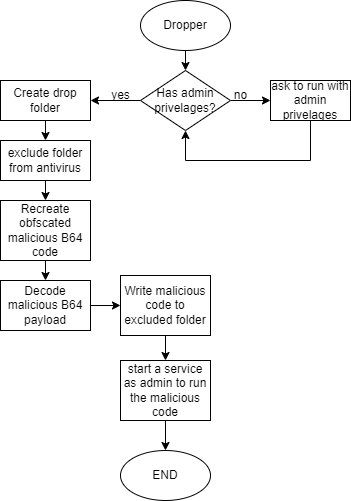
LukaWynants/stage-actwise keeps this draw.io diagram as ransomware/diagram/dropper.png. Above is the earlier version. Source tidied: cells renumbered, new cells last; positions are measured from the earlier drawing's top-left corner, leaving out a move shared by most shapes. Source of this version:
```xml
<mxGraphModel>
  <root>
    <mxCell id="0" />
    <mxCell id="1" parent="0" />
    <mxCell id="2" style="edgeStyle=orthogonalEdgeStyle;rounded=0;jettySize=auto;html=1;exitX=0.5;exitY=1;exitDx=0;exitDy=0;entryX=0.5;entryY=0;entryDx=0;entryDy=0;" parent="1" edge="1" source="3" target="6">
      <mxGeometry relative="1" as="geometry" />
    </mxCell>
    <mxCell id="3" value="Dropper" style="ellipse;whiteSpace=wrap;html=1;" parent="1" vertex="1">
      <mxGeometry x="140" width="90" height="50" as="geometry" />
    </mxCell>
    <mxCell id="4" style="edgeStyle=orthogonalEdgeStyle;rounded=0;jettySize=auto;html=1;exitX=1;exitY=0.5;exitDx=0;exitDy=0;entryX=0;entryY=0.5;entryDx=0;entryDy=0;" parent="1" edge="1" source="6" target="8">
      <mxGeometry relative="1" as="geometry" />
    </mxCell>
    <mxCell id="5" style="edgeStyle=orthogonalEdgeStyle;rounded=0;jettySize=auto;html=1;exitX=0;exitY=0.5;exitDx=0;exitDy=0;entryX=1;entryY=0.5;entryDx=0;entryDy=0;" parent="1" edge="1" source="6" target="12">
      <mxGeometry relative="1" as="geometry" />
    </mxCell>
    <mxCell id="6" value="Has admin privelages?" style="rhombus;whiteSpace=wrap;html=1;" parent="1" vertex="1">
      <mxGeometry x="140" y="70" width="90" height="60" as="geometry" />
    </mxCell>
    <mxCell id="7" style="edgeStyle=orthogonalEdgeStyle;rounded=0;jettySize=auto;html=1;exitX=0.5;exitY=1;exitDx=0;exitDy=0;entryX=0.5;entryY=1;entryDx=0;entryDy=0;" parent="1" edge="1" source="8" target="6">
      <mxGeometry relative="1" as="geometry">
        <Array as="points">
          <mxPoint x="310" y="160" />
          <mxPoint x="185" y="160" />
        </Array>
      </mxGeometry>
    </mxCell>
    <mxCell id="8" value="ask to run with admin privelages" style="rounded=0;whiteSpace=wrap;html=1;" parent="1" vertex="1">
      <mxGeometry x="270" y="80" width="80" height="40" as="geometry" />
    </mxCell>
    <mxCell id="9" value="no" style="text;html=1;align=center;verticalAlign=middle;strokeColor=none;fillColor=none;" parent="1" vertex="1">
      <mxGeometry x="220" y="80" width="40" height="30" as="geometry" />
    </mxCell>
    <mxCell id="10" value="yes" style="text;html=1;align=center;verticalAlign=middle;strokeColor=none;fillColor=none;" parent="1" vertex="1">
      <mxGeometry x="100" y="80" width="40" height="30" as="geometry" />
    </mxCell>
    <mxCell id="11" style="edgeStyle=orthogonalEdgeStyle;rounded=0;jettySize=auto;html=1;exitX=0.5;exitY=1;exitDx=0;exitDy=0;entryX=0.5;entryY=0;entryDx=0;entryDy=0;" parent="1" edge="1" source="12" target="14">
      <mxGeometry relative="1" as="geometry" />
    </mxCell>
    <mxCell id="12" value="Create drop folder" style="rounded=0;whiteSpace=wrap;html=1;" parent="1" vertex="1">
      <mxGeometry y="80" width="90" height="40" as="geometry" />
    </mxCell>
    <mxCell id="13" style="edgeStyle=orthogonalEdgeStyle;rounded=0;jettySize=auto;html=1;exitX=0.5;exitY=1;exitDx=0;exitDy=0;entryX=0.5;entryY=0;entryDx=0;entryDy=0;" parent="1" edge="1" source="14" target="16">
      <mxGeometry relative="1" as="geometry" />
    </mxCell>
    <mxCell id="14" value="exclude folder from antivirus" style="rounded=0;whiteSpace=wrap;html=1;" parent="1" vertex="1">
      <mxGeometry y="140" width="90" height="40" as="geometry" />
    </mxCell>
    <mxCell id="15" style="edgeStyle=orthogonalEdgeStyle;rounded=0;jettySize=auto;html=1;exitX=0.5;exitY=1;exitDx=0;exitDy=0;entryX=0.5;entryY=0;entryDx=0;entryDy=0;" parent="1" edge="1" source="16" target="18">
      <mxGeometry relative="1" as="geometry" />
    </mxCell>
    <mxCell id="16" value="Recreate obfscated malicious B64 code" style="rounded=0;whiteSpace=wrap;html=1;" parent="1" vertex="1">
      <mxGeometry y="200" width="90" height="60" as="geometry" />
    </mxCell>
    <mxCell id="17" style="edgeStyle=orthogonalEdgeStyle;rounded=0;jettySize=auto;html=1;exitX=1;exitY=0.5;exitDx=0;exitDy=0;entryX=0;entryY=0.5;entryDx=0;entryDy=0;" parent="1" edge="1" source="18" target="20">
      <mxGeometry relative="1" as="geometry" />
    </mxCell>
    <mxCell id="18" value="Decode malicious B64 payload" style="rounded=0;whiteSpace=wrap;html=1;" parent="1" vertex="1">
      <mxGeometry y="280" width="90" height="50" as="geometry" />
    </mxCell>
    <mxCell id="19" style="edgeStyle=orthogonalEdgeStyle;rounded=0;jettySize=auto;html=1;exitX=0.5;exitY=1;exitDx=0;exitDy=0;entryX=0.5;entryY=0;entryDx=0;entryDy=0;" parent="1" edge="1" source="20" target="22">
      <mxGeometry relative="1" as="geometry" />
    </mxCell>
    <mxCell id="20" value="Write malicious code to excluded folder" style="rounded=0;whiteSpace=wrap;html=1;" parent="1" vertex="1">
      <mxGeometry x="120" y="275" width="90" height="60" as="geometry" />
    </mxCell>
    <mxCell id="21" style="edgeStyle=orthogonalEdgeStyle;rounded=0;jettySize=auto;html=1;exitX=0.5;exitY=1;exitDx=0;exitDy=0;entryX=0.5;entryY=0;entryDx=0;entryDy=0;" parent="1" edge="1" source="22" target="23">
      <mxGeometry relative="1" as="geometry" />
    </mxCell>
    <mxCell id="22" value="start a service as admin to run the malicious code" style="rounded=0;whiteSpace=wrap;html=1;" parent="1" vertex="1">
      <mxGeometry x="120" y="360" width="90" height="60" as="geometry" />
    </mxCell>
    <mxCell id="23" value="END" style="ellipse;whiteSpace=wrap;html=1;" parent="1" vertex="1">
      <mxGeometry x="120" y="450" width="90" height="50" as="geometry" />
    </mxCell>
  </root>
</mxGraphModel>
```
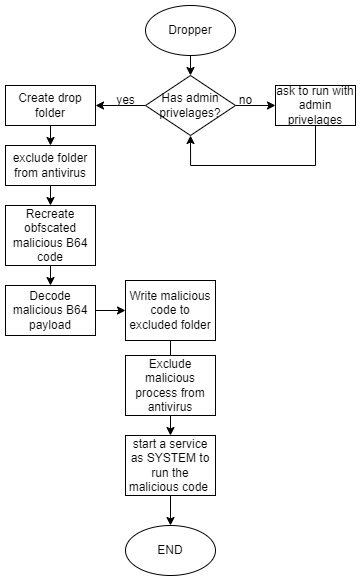
The same diagram one commit later.

The edit, as a diff of the source:
```diff
@@ -67,11 +67,14 @@
     <mxCell id="21" style="edgeStyle=orthogonalEdgeStyle;rounded=0;jettySize=auto;html=1;exitX=0.5;exitY=1;exitDx=0;exitDy=0;entryX=0.5;entryY=0;entryDx=0;entryDy=0;" parent="1" edge="1" source="22" target="23">
       <mxGeometry relative="1" as="geometry" />
     </mxCell>
-    <mxCell id="22" value="start a service as admin to run the malicious code" style="rounded=0;whiteSpace=wrap;html=1;" parent="1" vertex="1">
-      <mxGeometry x="120" y="360" width="90" height="60" as="geometry" />
+    <mxCell id="22" value="start a service as SYSTEM to run the malicious code&amp;nbsp;" style="rounded=0;whiteSpace=wrap;html=1;" parent="1" vertex="1">
+      <mxGeometry x="120" y="430" width="90" height="60" as="geometry" />
     </mxCell>
     <mxCell id="23" value="END" style="ellipse;whiteSpace=wrap;html=1;" parent="1" vertex="1">
-      <mxGeometry x="120" y="450" width="90" height="50" as="geometry" />
+      <mxGeometry x="120" y="520" width="90" height="50" as="geometry" />
     </mxCell>
+    <mxCell id="24" value="Exclude malicious process from antivirus" style="rounded=0;whiteSpace=wrap;html=1;" parent="1" vertex="1">
+      <mxGeometry x="120" y="350" width="90" height="60" as="geometry" />
+    </mxCell>
   </root>
 </mxGraphModel>
```
